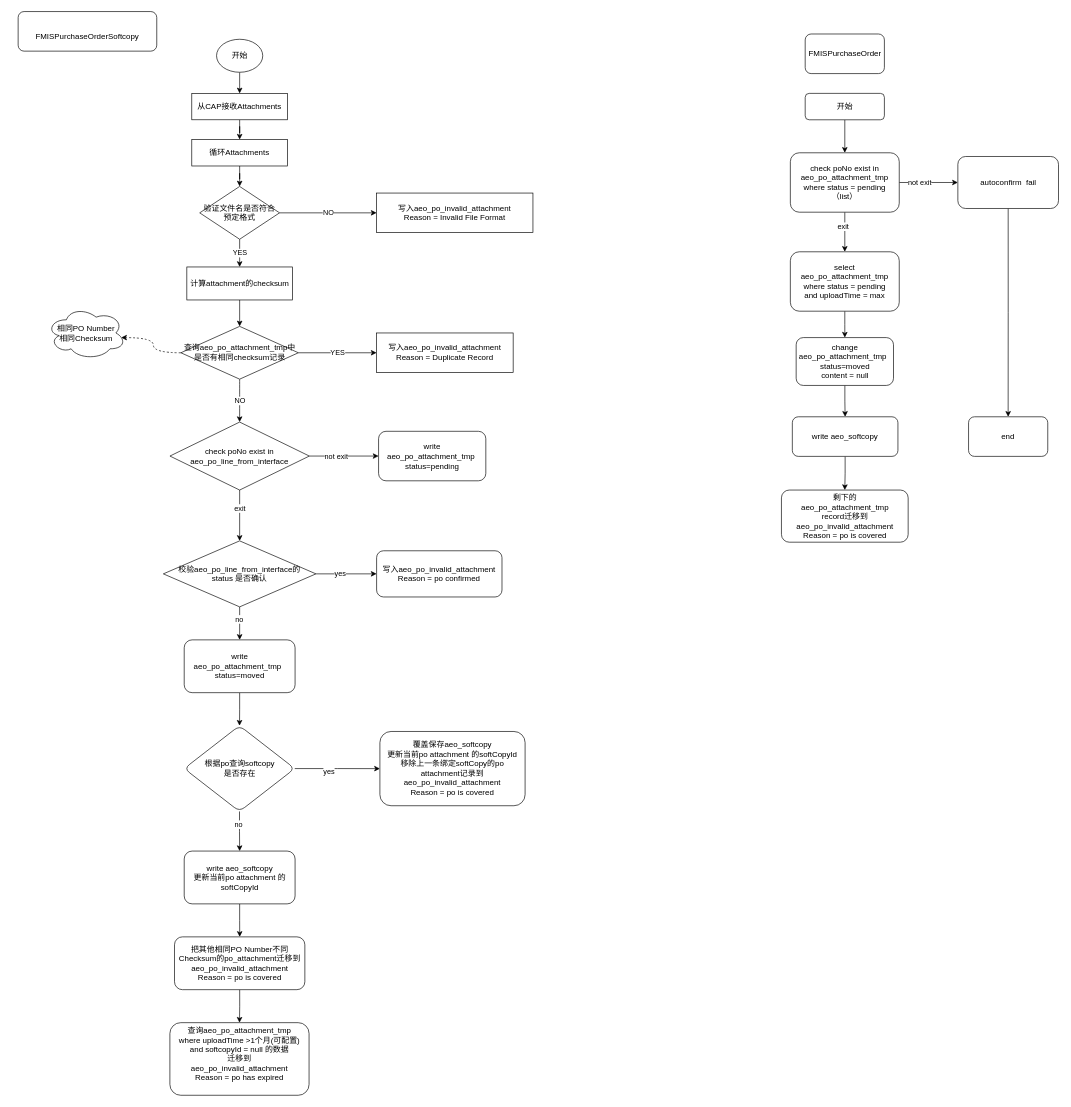
1119132473/doc keeps this draw.io diagram as po_atta.drawio. Above is the earlier version. Source tidied: cells renumbered, new cells numbered last; positions are measured from the earlier drawing's top-left corner, leaving out a move shared by most shapes. Both pictures are drawn from the tidied source at 66%, with x=0, y=0 at pixel (18, 11).
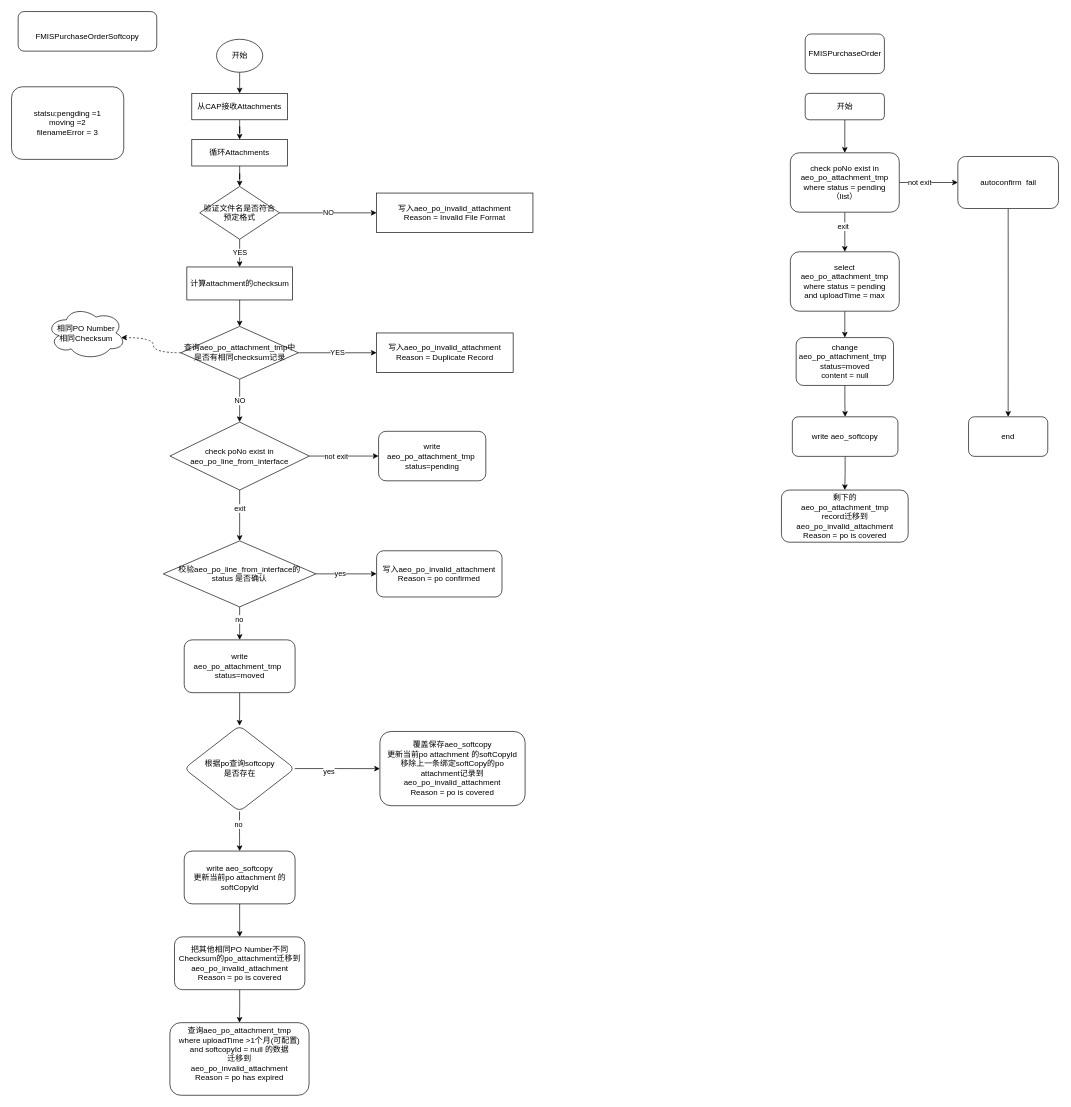
The same page after the edit.

The edit, as a diff of the source:
```diff
@@
+    <mxCell id="64" value="&lt;div&gt;statsu:pengding =1&lt;/div&gt;&lt;div&gt;moving =2&lt;/div&gt;&lt;div&gt;filenameError = 3&lt;br&gt;&lt;/div&gt;" style="rounded=1;whiteSpace=wrap;html=1;" parent="1" vertex="1">
+      <mxGeometry x="-10" y="114" width="170" height="110" as="geometry" />
+    </mxCell>
```
